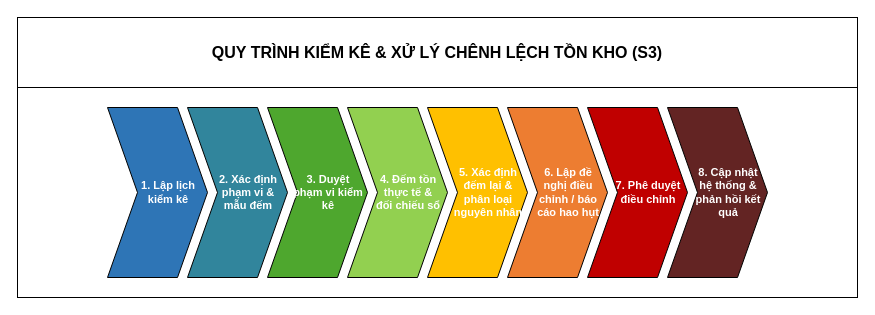
This is page "chevron-s3" (5 of 10) of docs/workspaces/NguyenCongHung/svg/bpmn.drawio from anthinh-io/bpm-acfc-vietnam-analysis, a draw.io file, before an edit. Source tidied: cells renumbered, new cells numbered last; positions are measured from the earlier drawing's top-left corner, leaving out a move shared by most shapes. Both pictures are drawn from the tidied source at 100%, with x=0, y=0 at pixel (17, 17).
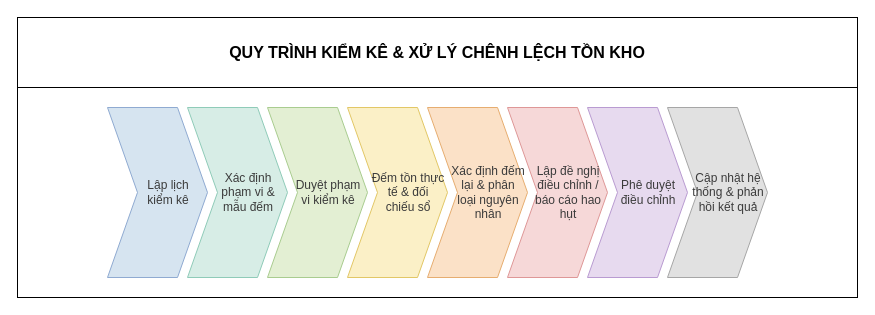
Above is the later version.

Diff of the diagram source:
```diff
@@
 <mxGraphModel>
   <root>
     <mxCell id="0" />
     <mxCell id="1" parent="0" />
-    <mxCell id="2" value="QUY TRÌNH KIỂM KÊ &amp; XỬ LÝ CHÊNH LỆCH TỒN KHO (S3)" style="rounded=0;whiteSpace=wrap;html=1;align=center;verticalAlign=middle;fontSize=16;fontStyle=1;fontColor=#000000;" parent="1" vertex="1">
+    <mxCell id="2" value="QUY TRÌNH KIỂM KÊ &amp; XỬ LÝ CHÊNH LỆCH TỒN KHO" style="rounded=0;whiteSpace=wrap;html=1;align=center;verticalAlign=middle;fontSize=16;fontStyle=1;fontColor=#000000;" parent="1" vertex="1">
       <mxGeometry width="840" height="70" as="geometry" />
     </mxCell>
     <mxCell id="3" style="rounded=0;whiteSpace=wrap;html=1;" parent="1" vertex="1">
       <mxGeometry y="70" width="840" height="210" as="geometry" />
     </mxCell>
-    <mxCell id="4" value="1. Lập lịch&lt;br&gt;kiểm kê" style="html=1;shadow=0;dashed=0;align=center;verticalAlign=middle;shape=mxgraph.arrows2.arrow;dy=0;dx=30;notch=30;whiteSpace=wrap;spacingLeft=22;fillColor=#2E75B6;strokeColor=#000000;fontColor=#ffffff;fontSize=11;fontStyle=1;" parent="1" vertex="1">
+    <mxCell id="4" value="Lập lịch&lt;br&gt;kiểm kê" style="html=1;shadow=0;dashed=0;align=center;verticalAlign=middle;shape=mxgraph.arrows2.arrow;dy=0;dx=30;notch=30;whiteSpace=wrap;spacingLeft=22;fillColor=#D6E4F0;strokeColor=#8FAAD1;fontColor=#3B3B3B;fontSize=12;fontStyle=0;" parent="1" vertex="1">
       <mxGeometry x="90" y="90" width="100" height="170" as="geometry" />
     </mxCell>
-    <mxCell id="5" value="2. Xác định&lt;br&gt;phạm vi &amp;&lt;br&gt;mẫu đếm" style="html=1;shadow=0;dashed=0;align=center;verticalAlign=middle;shape=mxgraph.arrows2.arrow;dy=0;dx=30;notch=30;whiteSpace=wrap;spacingLeft=22;fillColor=#31859C;strokeColor=#000000;fontColor=#ffffff;fontSize=11;fontStyle=1;" parent="1" vertex="1">
+    <mxCell id="5" value="Xác định&lt;br&gt;phạm vi &amp;&lt;br&gt;mẫu đếm" style="html=1;shadow=0;dashed=0;align=center;verticalAlign=middle;shape=mxgraph.arrows2.arrow;dy=0;dx=30;notch=30;whiteSpace=wrap;spacingLeft=22;fillColor=#D7EDE6;strokeColor=#8FCBB8;fontColor=#3B3B3B;fontSize=12;fontStyle=0;" parent="1" vertex="1">
       <mxGeometry x="170" y="90" width="100" height="170" as="geometry" />
     </mxCell>
-    <mxCell id="6" value="3. Duyệt&lt;br&gt;phạm vi kiểm&lt;br&gt;kê" style="html=1;shadow=0;dashed=0;align=center;verticalAlign=middle;shape=mxgraph.arrows2.arrow;dy=0;dx=30;notch=30;whiteSpace=wrap;spacingLeft=22;fillColor=#4EA72E;strokeColor=#000000;fontColor=#ffffff;fontSize=11;fontStyle=1;" parent="1" vertex="1">
+    <mxCell id="6" value="Duyệt phạm&lt;br&gt;vi kiểm kê" style="html=1;shadow=0;dashed=0;align=center;verticalAlign=middle;shape=mxgraph.arrows2.arrow;dy=0;dx=30;notch=30;whiteSpace=wrap;spacingLeft=22;fillColor=#E3EFD3;strokeColor=#A9CC8F;fontColor=#3B3B3B;fontSize=12;fontStyle=0;" parent="1" vertex="1">
       <mxGeometry x="250" y="90" width="100" height="170" as="geometry" />
     </mxCell>
-    <mxCell id="7" value="4. Đếm tồn&lt;br&gt;thực tế &amp;&lt;br&gt;đối chiếu sổ" style="html=1;shadow=0;dashed=0;align=center;verticalAlign=middle;shape=mxgraph.arrows2.arrow;dy=0;dx=30;notch=30;whiteSpace=wrap;spacingLeft=22;fillColor=#92D050;strokeColor=#000000;fontColor=#ffffff;fontSize=11;fontStyle=1;" parent="1" vertex="1">
+    <mxCell id="7" value="Đếm tồn thực&lt;br&gt;tế &amp; đối&lt;br&gt;chiếu sổ" style="html=1;shadow=0;dashed=0;align=center;verticalAlign=middle;shape=mxgraph.arrows2.arrow;dy=0;dx=30;notch=30;whiteSpace=wrap;spacingLeft=22;fillColor=#FBF0C7;strokeColor=#E2C766;fontColor=#3B3B3B;fontSize=12;fontStyle=0;" parent="1" vertex="1">
       <mxGeometry x="330" y="90" width="100" height="170" as="geometry" />
     </mxCell>
-    <mxCell id="8" value="5. Xác định&lt;br&gt;đếm lại &amp;&lt;br&gt;phân loại&lt;br&gt;nguyên nhân" style="html=1;shadow=0;dashed=0;align=center;verticalAlign=middle;shape=mxgraph.arrows2.arrow;dy=0;dx=30;notch=30;whiteSpace=wrap;spacingLeft=22;fillColor=#FFC000;strokeColor=#000000;fontColor=#ffffff;fontSize=11;fontStyle=1;" parent="1" vertex="1">
+    <mxCell id="8" value="Xác định đếm&lt;br&gt;lại &amp; phân&lt;br&gt;loại nguyên&lt;br&gt;nhân" style="html=1;shadow=0;dashed=0;align=center;verticalAlign=middle;shape=mxgraph.arrows2.arrow;dy=0;dx=30;notch=30;whiteSpace=wrap;spacingLeft=22;fillColor=#FBE1C7;strokeColor=#E6AD70;fontColor=#3B3B3B;fontSize=12;fontStyle=0;" parent="1" vertex="1">
       <mxGeometry x="410" y="90" width="100" height="170" as="geometry" />
     </mxCell>
-    <mxCell id="9" value="6. Lập đề&lt;br&gt;nghị điều&lt;br&gt;chỉnh / báo&lt;br&gt;cáo hao hụt" style="html=1;shadow=0;dashed=0;align=center;verticalAlign=middle;shape=mxgraph.arrows2.arrow;dy=0;dx=30;notch=30;whiteSpace=wrap;spacingLeft=22;fillColor=#ED7D31;strokeColor=#000000;fontColor=#ffffff;fontSize=11;fontStyle=1;" parent="1" vertex="1">
+    <mxCell id="9" value="Lập đề nghị&lt;br&gt;điều chỉnh /&lt;br&gt;báo cáo hao&lt;br&gt;hụt" style="html=1;shadow=0;dashed=0;align=center;verticalAlign=middle;shape=mxgraph.arrows2.arrow;dy=0;dx=30;notch=30;whiteSpace=wrap;spacingLeft=22;fillColor=#F6D8D8;strokeColor=#DE9797;fontColor=#3B3B3B;fontSize=12;fontStyle=0;" parent="1" vertex="1">
       <mxGeometry x="490" y="90" width="100" height="170" as="geometry" />
     </mxCell>
-    <mxCell id="10" value="7. Phê duyệt&lt;br&gt;điều chỉnh" style="html=1;shadow=0;dashed=0;align=center;verticalAlign=middle;shape=mxgraph.arrows2.arrow;dy=0;dx=30;notch=30;whiteSpace=wrap;spacingLeft=22;fillColor=#C00000;strokeColor=#000000;fontColor=#ffffff;fontSize=11;fontStyle=1;" parent="1" vertex="1">
+    <mxCell id="10" value="Phê duyệt&lt;br&gt;điều chỉnh" style="html=1;shadow=0;dashed=0;align=center;verticalAlign=middle;shape=mxgraph.arrows2.arrow;dy=0;dx=30;notch=30;whiteSpace=wrap;spacingLeft=22;fillColor=#E7DAEF;strokeColor=#B99BD1;fontColor=#3B3B3B;fontSize=12;fontStyle=0;" parent="1" vertex="1">
       <mxGeometry x="570" y="90" width="100" height="170" as="geometry" />
     </mxCell>
-    <mxCell id="11" value="8. Cập nhật&lt;br&gt;hệ thống &amp;&lt;br&gt;phản hồi kết&lt;br&gt;quả" style="html=1;shadow=0;dashed=0;align=center;verticalAlign=middle;shape=mxgraph.arrows2.arrow;dy=0;dx=30;notch=30;whiteSpace=wrap;spacingLeft=22;fillColor=#632423;strokeColor=#000000;fontColor=#ffffff;fontSize=11;fontStyle=1;" parent="1" vertex="1">
+    <mxCell id="11" value="Cập nhật hệ&lt;br&gt;thống &amp; phản&lt;br&gt;hồi kết quả" style="html=1;shadow=0;dashed=0;align=center;verticalAlign=middle;shape=mxgraph.arrows2.arrow;dy=0;dx=30;notch=30;whiteSpace=wrap;spacingLeft=22;fillColor=#E1E1E1;strokeColor=#A6A6A6;fontColor=#3B3B3B;fontSize=12;fontStyle=0;" parent="1" vertex="1">
       <mxGeometry x="650" y="90" width="100" height="170" as="geometry" />
     </mxCell>
   </root>
 </mxGraphModel>
```
